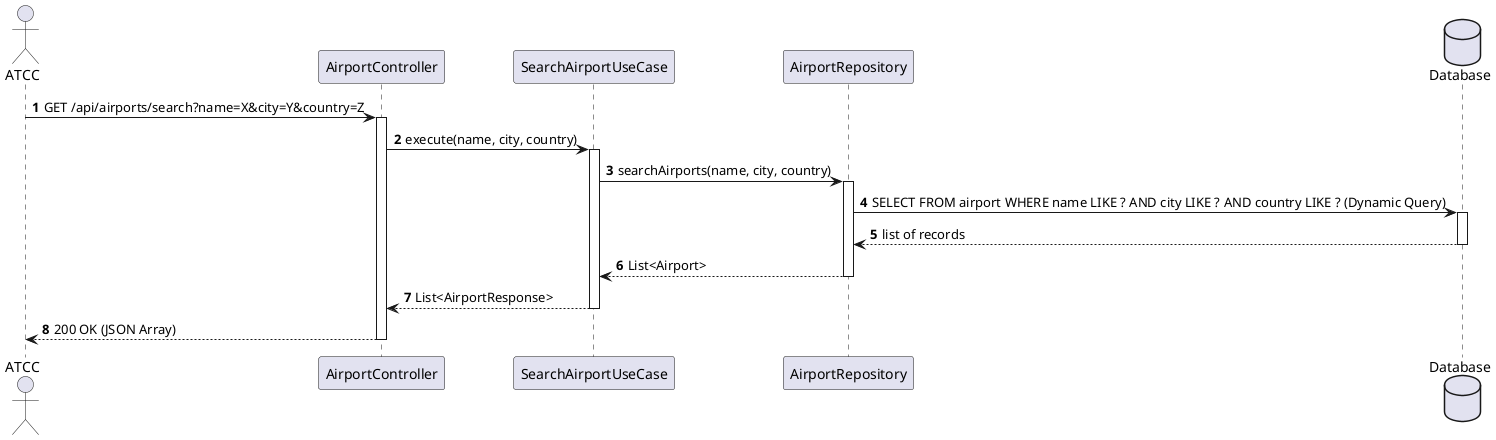
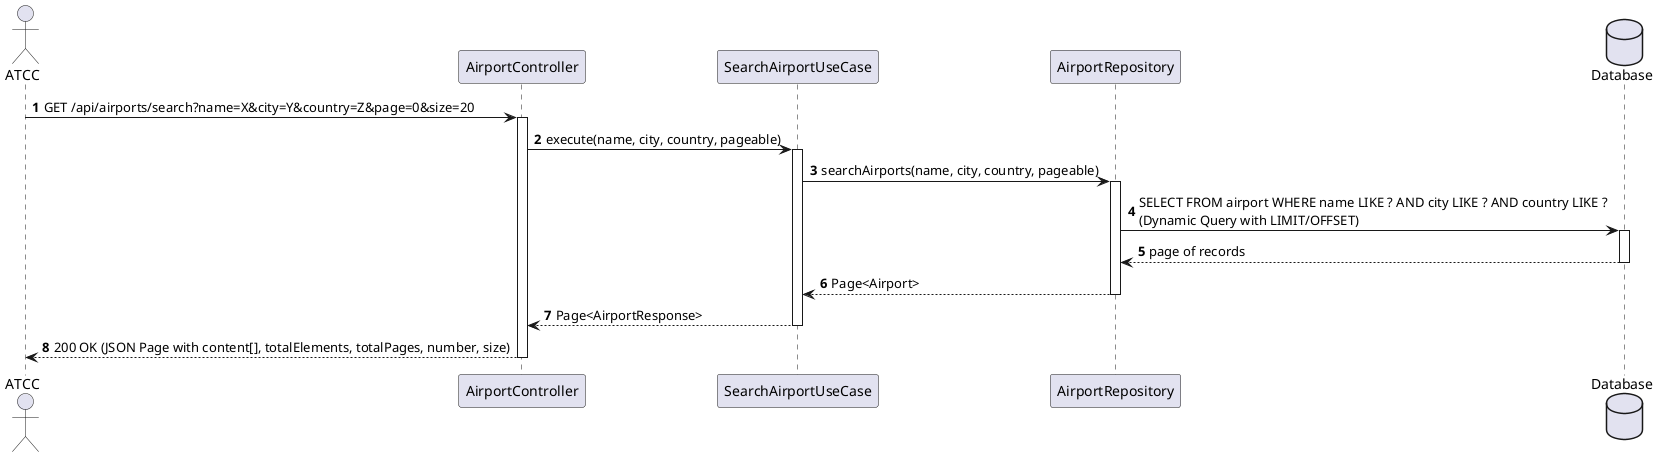
@startuml
autonumber
actor "ATCC" as ATCC
participant "AirportController" as Ctrl
participant "SearchAirportUseCase" as UC
participant "AirportRepository" as Repo
database "Database" as DB

- ATCC -> Ctrl : GET /api/airports/search?name=X&city=Y&country=Z
+ ATCC -> Ctrl : GET /api/airports/search?name=X&city=Y&country=Z&page=0&size=20
activate Ctrl

- Ctrl -> UC : execute(name, city, country)
+ Ctrl -> UC : execute(name, city, country, pageable)
activate UC

- UC -> Repo : searchAirports(name, city, country)
+ UC -> Repo : searchAirports(name, city, country, pageable)
activate Repo
- Repo -> DB : SELECT FROM airport WHERE name LIKE ? AND city LIKE ? AND country LIKE ? (Dynamic Query)
+ Repo -> DB : SELECT FROM airport WHERE name LIKE ? AND city LIKE ? AND country LIKE ?\n(Dynamic Query with LIMIT/OFFSET)
activate DB
- DB --> Repo : list of records
+ DB --> Repo : page of records
deactivate DB
- Repo --> UC : List<Airport>
+ Repo --> UC : Page<Airport>
deactivate Repo

- UC --> Ctrl : List<AirportResponse>
+ UC --> Ctrl : Page<AirportResponse>
deactivate UC

- Ctrl --> ATCC : 200 OK (JSON Array)
+ Ctrl --> ATCC : 200 OK (JSON Page with content[], totalElements, totalPages, number, size)
deactivate Ctrl
@enduml
